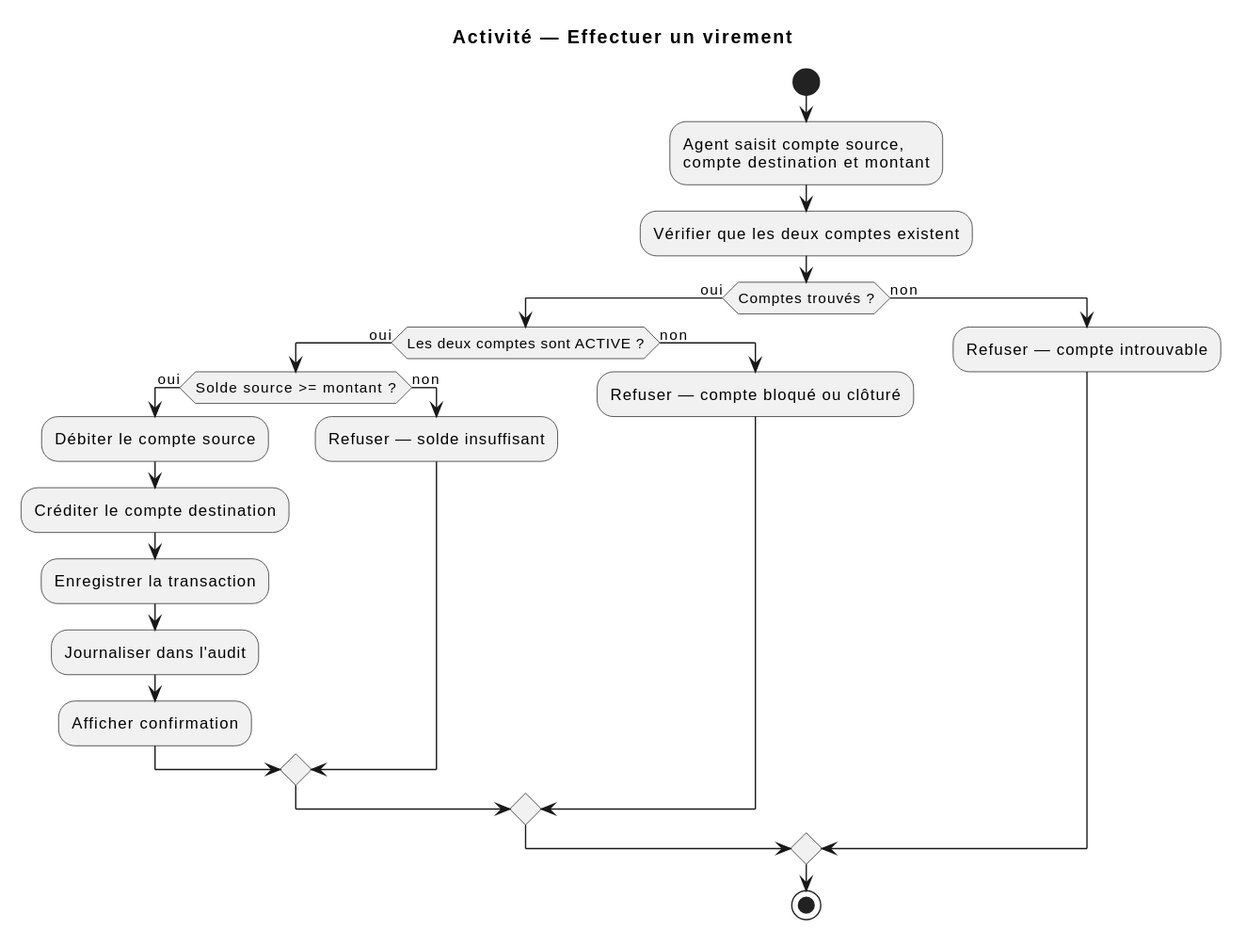
This is documentation/uml/diagramme-activite-virement.svg from aminabensouda106-gif/banque1, a PlantUML export, as it was before one commit. The source it was exported from:
```plantuml
@startuml
skinparam shadowing false

title Activité — Effectuer un virement

start

:Agent saisit compte source,\ncompte destination et montant;

:Vérifier que les deux comptes existent;

if (Comptes trouvés ?) then (oui)
  if (Les deux comptes sont ACTIVE ?) then (oui)
    if (Solde source >= montant ?) then (oui)
      :Débiter le compte source;
      :Créditer le compte destination;
      :Enregistrer la transaction;
      :Journaliser dans l'audit;
      :Afficher confirmation;
    else (non)
      :Refuser — solde insuffisant;
    endif
  else (non)
    :Refuser — compte bloqué ou clôturé;
  endif
else (non)
  :Refuser — compte introuvable;
endif

stop
@enduml
```
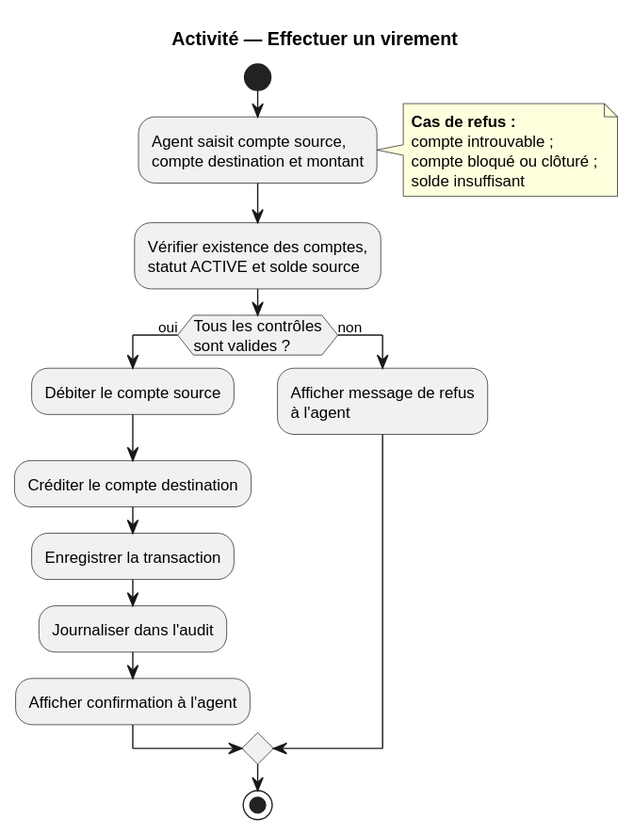
The same diagram one commit later.

Change to the diagram source:
```diff
@@ -1,5 +1,8 @@
 @startuml
 skinparam shadowing false
+skinparam defaultFontSize 12
+skinparam ActivityFontSize 12
+skinparam ArrowFontSize 11
 
 title Activité — Effectuer un virement
 
@@ -7,24 +10,23 @@
 
 :Agent saisit compte source,\ncompte destination et montant;
 
-:Vérifier que les deux comptes existent;
+note right
+  **Cas de refus :**
+  compte introuvable ;
+  compte bloqué ou clôturé ;
+  solde insuffisant
+end note
 
-if (Comptes trouvés ?) then (oui)
-  if (Les deux comptes sont ACTIVE ?) then (oui)
-    if (Solde source >= montant ?) then (oui)
-      :Débiter le compte source;
-      :Créditer le compte destination;
-      :Enregistrer la transaction;
-      :Journaliser dans l'audit;
-      :Afficher confirmation;
-    else (non)
-      :Refuser — solde insuffisant;
-    endif
-  else (non)
-    :Refuser — compte bloqué ou clôturé;
-  endif
+:Vérifier existence des comptes,\nstatut ACTIVE et solde source;
+
+if (Tous les contrôles\nsont valides ?) then (oui)
+  :Débiter le compte source;
+  :Créditer le compte destination;
+  :Enregistrer la transaction;
+  :Journaliser dans l'audit;
+  :Afficher confirmation à l'agent;
 else (non)
-  :Refuser — compte introuvable;
+  :Afficher message de refus\nà l'agent;
 endif
 
 stop
```
